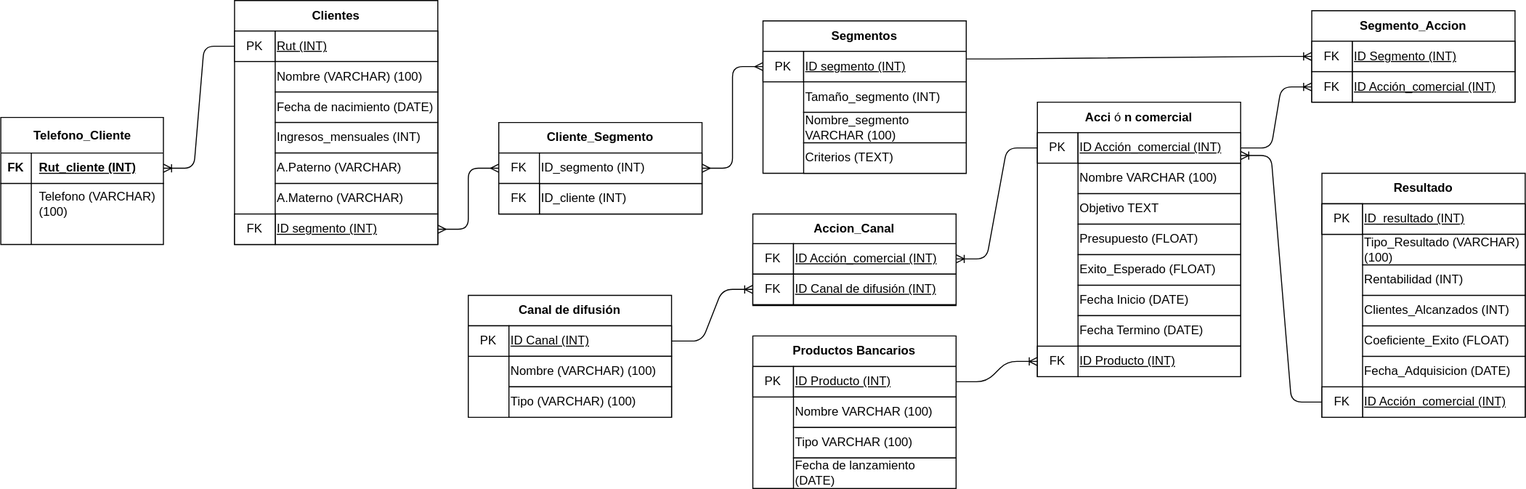
The draw.io diagram BBD_Intento1_MR.drawio.svg in aasergiopinto/Proyecto_BDD, before a commit. Source tidied: cells renumbered, new cells last; positions are measured from the earlier drawing's top-left corner, leaving out a move shared by most shapes.
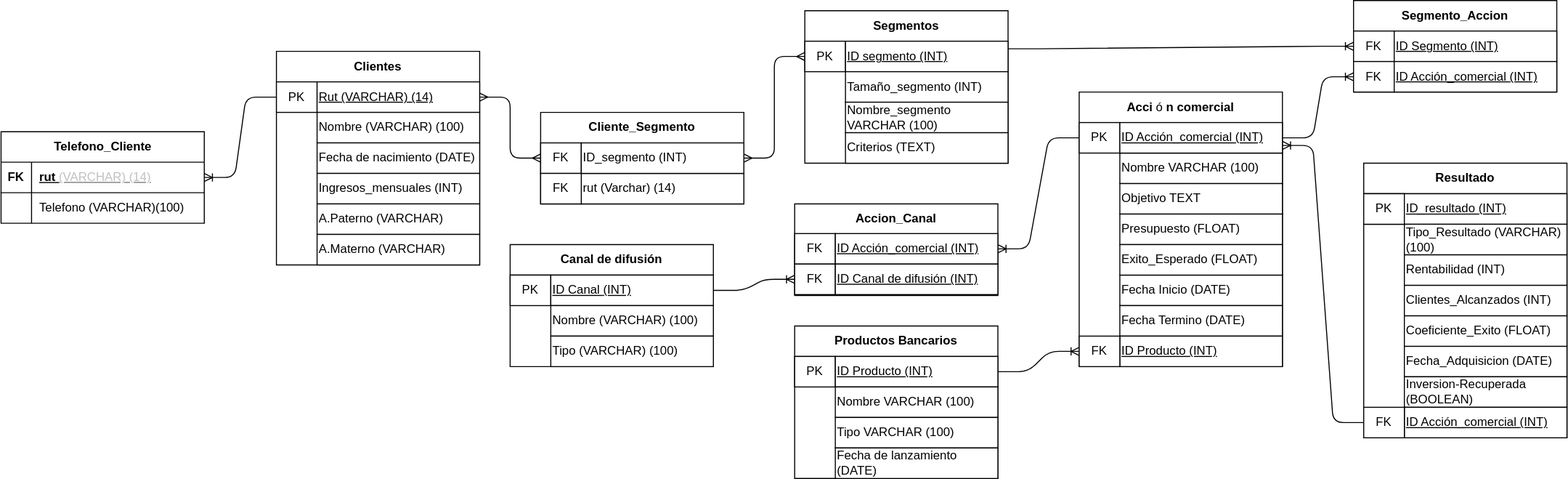
Later version of the same file.

Diff of the diagram source:
```diff
@@ -21,7 +21,7 @@
       <mxGeometry x="40" y="120" width="160" height="30" as="geometry" />
     </mxCell>
     <mxCell id="8" value="Canal de difusión" style="swimlane;whiteSpace=wrap;html=1;startSize=30;" parent="1" vertex="1">
-      <mxGeometry x="460" y="290" width="200" height="120" as="geometry" />
+      <mxGeometry x="460" y="250" width="200" height="120" as="geometry" />
     </mxCell>
     <mxCell id="9" value="PK" style="rounded=0;whiteSpace=wrap;html=1;" parent="8" vertex="1">
       <mxGeometry y="30" width="40" height="30" as="geometry" />
@@ -36,12 +36,12 @@
       <mxGeometry x="40" y="90" width="160" height="30" as="geometry" />
     </mxCell>
     <mxCell id="13" value="Clientes" style="swimlane;whiteSpace=wrap;html=1;startSize=30;" parent="1" vertex="1">
-      <mxGeometry x="230" width="200" height="240" as="geometry" />
+      <mxGeometry x="230" y="60" width="200" height="210" as="geometry" />
     </mxCell>
     <mxCell id="14" value="PK" style="rounded=0;whiteSpace=wrap;html=1;" parent="13" vertex="1">
       <mxGeometry y="30" width="40" height="30" as="geometry" />
     </mxCell>
-    <mxCell id="15" value="&lt;u&gt;Rut&amp;nbsp;&lt;/u&gt;&lt;u&gt;(INT)&lt;/u&gt;" style="rounded=0;whiteSpace=wrap;html=1;align=left;" parent="13" vertex="1">
+    <mxCell id="15" value="&lt;u&gt;Rut (VARCHAR) (14)&lt;/u&gt;" style="rounded=0;whiteSpace=wrap;html=1;align=left;" parent="13" vertex="1">
       <mxGeometry x="40" y="30" width="160" height="30" as="geometry" />
     </mxCell>
     <mxCell id="16" value="Nombre (VARCHAR) (100)" style="rounded=0;whiteSpace=wrap;html=1;align=left;fontStyle=0;" parent="13" vertex="1">
@@ -65,12 +65,6 @@
     <mxCell id="21" value="A.Materno (VARCHAR)" style="rounded=0;whiteSpace=wrap;html=1;align=left;fontStyle=0;" parent="13" vertex="1">
       <mxGeometry x="40" y="180" width="160" height="30" as="geometry" />
     </mxCell>
-    <mxCell id="22" value="&lt;u&gt;ID segmento&amp;nbsp;&lt;/u&gt;&lt;u&gt;(INT)&lt;/u&gt;" style="rounded=0;whiteSpace=wrap;html=1;align=left;" parent="13" vertex="1">
-      <mxGeometry x="40" y="210" width="160" height="30" as="geometry" />
-    </mxCell>
-    <mxCell id="23" value="FK" style="rounded=0;whiteSpace=wrap;html=1;" parent="13" vertex="1">
-      <mxGeometry y="210" width="40" height="30" as="geometry" />
-    </mxCell>
     <mxCell id="24" value="Segmentos" style="swimlane;whiteSpace=wrap;html=1;startSize=30;" parent="1" vertex="1">
       <mxGeometry x="750" y="20" width="200" height="150" as="geometry" />
     </mxCell>
@@ -123,7 +117,7 @@
       <mxGeometry x="40" y="150" width="160" height="30" as="geometry" />
     </mxCell>
     <mxCell id="41" value="Resultado" style="swimlane;whiteSpace=wrap;html=1;startSize=30;" parent="1" vertex="1">
-      <mxGeometry x="1300" y="170" width="200" height="240" as="geometry" />
+      <mxGeometry x="1300" y="170" width="200" height="270" as="geometry" />
     </mxCell>
     <mxCell id="42" style="rounded=0;whiteSpace=wrap;html=1;" parent="41" vertex="1">
       <mxGeometry y="30" width="40" height="30" as="geometry" />
@@ -137,12 +131,6 @@
     <mxCell id="45" value="&lt;u&gt;ID_resultado&amp;nbsp;&amp;nbsp;&lt;/u&gt;&lt;u&gt;(INT)&lt;/u&gt;" style="rounded=0;whiteSpace=wrap;html=1;align=left;" parent="41" vertex="1">
       <mxGeometry x="40" y="30" width="160" height="30" as="geometry" />
     </mxCell>
-    <mxCell id="46" value="&lt;u&gt;ID Acción_comercial&amp;nbsp;&lt;/u&gt;&lt;u&gt;(INT)&lt;/u&gt;" style="rounded=0;whiteSpace=wrap;html=1;align=left;" parent="41" vertex="1">
-      <mxGeometry x="40" y="210" width="160" height="30" as="geometry" />
-    </mxCell>
-    <mxCell id="47" value="FK" style="rounded=0;whiteSpace=wrap;html=1;" parent="41" vertex="1">
-      <mxGeometry y="210" width="40" height="30" as="geometry" />
-    </mxCell>
     <mxCell id="48" value="Fecha_Adquisicion (DATE)" style="rounded=0;whiteSpace=wrap;html=1;align=left;" parent="41" vertex="1">
       <mxGeometry x="40" y="180" width="160" height="30" as="geometry" />
     </mxCell>
@@ -158,6 +146,9 @@
     <mxCell id="52" value="Tipo_Resultado (VARCHAR) (100)" style="rounded=0;whiteSpace=wrap;html=1;align=left;" parent="41" vertex="1">
       <mxGeometry x="40" y="60" width="160" height="30" as="geometry" />
     </mxCell>
+    <mxCell id="89" value="Inversion-Recuperada (BOOLEAN)" style="rounded=0;whiteSpace=wrap;html=1;align=left;" parent="41" vertex="1">
+      <mxGeometry x="40" y="210" width="160" height="30" as="geometry" />
+    </mxCell>
     <mxCell id="53" value="Segmento_Accion" style="swimlane;whiteSpace=wrap;html=1;startSize=30;" parent="1" vertex="1">
       <mxGeometry x="1290" y="10" width="200" height="90" as="geometry" />
     </mxCell>
@@ -211,43 +202,34 @@
         </Array>
       </mxGeometry>
     </mxCell>
-    <mxCell id="66" value="Telefono_Cliente" style="shape=table;startSize=35;rowLines=0;fontStyle=1;align=center;html=1;" parent="1" vertex="1">
-      <mxGeometry y="115" width="160" height="125" as="geometry" />
+    <mxCell id="66" value="Telefono_Cliente" style="shape=table;startSize=30;rowLines=0;fontStyle=1;align=center;html=1;" parent="1" vertex="1">
+      <mxGeometry x="-41" y="139" width="200" height="90" as="geometry" />
     </mxCell>
     <mxCell id="67" style="shape=tableRow;horizontal=0;startSize=0;swimlaneHead=0;swimlaneBody=0;fillColor=none;points=[[0,0.5],[1,0.5]];portConstraint=eastwest;top=0;left=0;right=0;bottom=1;" parent="66" vertex="1">
-      <mxGeometry y="35" width="160" height="30" as="geometry" />
+      <mxGeometry y="30" width="200" height="30" as="geometry" />
     </mxCell>
     <mxCell id="68" value="FK" style="shape=partialRectangle;fillColor=none;top=0;left=0;bottom=0;right=0;fontStyle=1;overflow=hidden;whiteSpace=wrap;html=1;" parent="67" vertex="1">
       <mxGeometry width="30" height="30" as="geometry" />
     </mxCell>
-    <mxCell id="69" value="Rut_cliente (INT)" style="shape=partialRectangle;fillColor=none;top=0;left=0;bottom=0;right=0;align=left;spacingLeft=6;fontStyle=5;overflow=hidden;whiteSpace=wrap;html=1;" parent="67" vertex="1">
-      <mxGeometry x="30" width="130" height="30" as="geometry" />
+    <mxCell id="69" value="rut&amp;nbsp;&lt;u style=&quot;color: rgb(192, 192, 192); scrollbar-color: rgb(75, 75, 75) rgb(27, 29, 30); font-weight: 400;&quot;&gt;(VARCHAR) (14)&lt;/u&gt;" style="shape=partialRectangle;fillColor=none;top=0;left=0;bottom=0;right=0;align=left;spacingLeft=6;fontStyle=5;overflow=hidden;whiteSpace=wrap;html=1;" parent="67" vertex="1">
+      <mxGeometry x="30" width="170" height="30" as="geometry" />
     </mxCell>
     <mxCell id="70" style="shape=tableRow;horizontal=0;startSize=0;swimlaneHead=0;swimlaneBody=0;fillColor=none;top=0;left=0;right=0;bottom=0;" parent="66" vertex="1">
-      <mxGeometry y="65" width="160" height="40" as="geometry" />
+      <mxGeometry y="60" width="200" height="30" as="geometry" />
     </mxCell>
     <mxCell id="71" style="shape=partialRectangle;fillColor=none;top=0;left=0;bottom=0;right=0;overflow=hidden;whiteSpace=wrap;html=1;" parent="70" vertex="1">
-      <mxGeometry width="30" height="40" as="geometry" />
+      <mxGeometry width="30" height="30" as="geometry" />
     </mxCell>
     <mxCell id="72" value="Telefono (VARCHAR)(100)" style="shape=partialRectangle;fillColor=none;top=0;left=0;bottom=0;right=0;align=left;spacingLeft=6;overflow=hidden;whiteSpace=wrap;html=1;" parent="70" vertex="1">
-      <mxGeometry x="30" width="130" height="40" as="geometry" />
+      <mxGeometry x="30" width="170" height="30" as="geometry" />
     </mxCell>
-    <mxCell id="73" style="shape=tableRow;horizontal=0;startSize=0;swimlaneHead=0;swimlaneBody=0;fillColor=none;top=0;left=0;right=0;bottom=0;" parent="66" vertex="1">
-      <mxGeometry y="105" width="160" height="20" as="geometry" />
-    </mxCell>
-    <mxCell id="74" style="shape=partialRectangle;fillColor=none;top=0;left=0;bottom=0;right=0;overflow=hidden;whiteSpace=wrap;html=1;" parent="73" vertex="1">
-      <mxGeometry width="30" height="20" as="geometry" />
-    </mxCell>
-    <mxCell id="75" style="shape=partialRectangle;fillColor=none;top=0;left=0;bottom=0;right=0;align=left;spacingLeft=6;overflow=hidden;whiteSpace=wrap;html=1;" parent="73" vertex="1">
-      <mxGeometry x="30" width="130" height="20" as="geometry" />
-    </mxCell>
     <mxCell id="76" value="Cliente_Segmento" style="swimlane;whiteSpace=wrap;html=1;startSize=30;" parent="1" vertex="1">
       <mxGeometry x="490" y="120" width="200" height="90" as="geometry" />
     </mxCell>
     <mxCell id="77" value="FK" style="rounded=0;whiteSpace=wrap;html=1;" parent="76" vertex="1">
       <mxGeometry y="30" width="40" height="30" as="geometry" />
     </mxCell>
-    <mxCell id="78" value="ID_cliente (INT)" style="rounded=0;whiteSpace=wrap;html=1;align=left;" parent="76" vertex="1">
+    <mxCell id="78" value="rut (Varchar) (14)" style="rounded=0;whiteSpace=wrap;html=1;align=left;" parent="76" vertex="1">
       <mxGeometry x="40" y="60" width="160" height="30" as="geometry" />
     </mxCell>
     <mxCell id="79" value="FK" style="rounded=0;whiteSpace=wrap;html=1;" parent="76" vertex="1">
@@ -274,11 +256,17 @@
     <mxCell id="86" style="edgeStyle=entityRelationEdgeStyle;fontSize=12;html=1;endArrow=ERoneToMany;entryX=0;entryY=0.5;entryDx=0;entryDy=0;exitX=1;exitY=0.5;exitDx=0;exitDy=0;" parent="1" edge="1" source="37" target="56">
       <mxGeometry relative="1" as="geometry" />
     </mxCell>
-    <mxCell id="87" style="edgeStyle=entityRelationEdgeStyle;fontSize=12;html=1;endArrow=ERmany;startArrow=ERmany;exitX=1;exitY=0.5;exitDx=0;exitDy=0;entryX=0;entryY=0.5;entryDx=0;entryDy=0;" parent="1" edge="1" source="22" target="77">
+    <mxCell id="87" style="edgeStyle=entityRelationEdgeStyle;fontSize=12;html=1;endArrow=ERmany;startArrow=ERmany;exitX=1;exitY=0.5;exitDx=0;exitDy=0;entryX=0;entryY=0.5;entryDx=0;entryDy=0;" parent="1" edge="1" source="15" target="77">
       <mxGeometry relative="1" as="geometry" />
     </mxCell>
     <mxCell id="88" style="edgeStyle=entityRelationEdgeStyle;fontSize=12;html=1;endArrow=ERmany;startArrow=ERmany;exitX=1;exitY=0.5;exitDx=0;exitDy=0;entryX=0;entryY=0.5;entryDx=0;entryDy=0;" parent="1" edge="1" source="76" target="25">
       <mxGeometry relative="1" as="geometry" />
     </mxCell>
+    <mxCell id="46" value="&lt;u&gt;ID Acción_comercial&amp;nbsp;&lt;/u&gt;&lt;u&gt;(INT)&lt;/u&gt;" style="rounded=0;whiteSpace=wrap;html=1;align=left;" parent="1" vertex="1">
+      <mxGeometry x="1340" y="410" width="160" height="30" as="geometry" />
+    </mxCell>
+    <mxCell id="47" value="FK" style="rounded=0;whiteSpace=wrap;html=1;" parent="1" vertex="1">
+      <mxGeometry x="1300" y="410" width="40" height="30" as="geometry" />
+    </mxCell>
   </root>
 </mxGraphModel>
```
